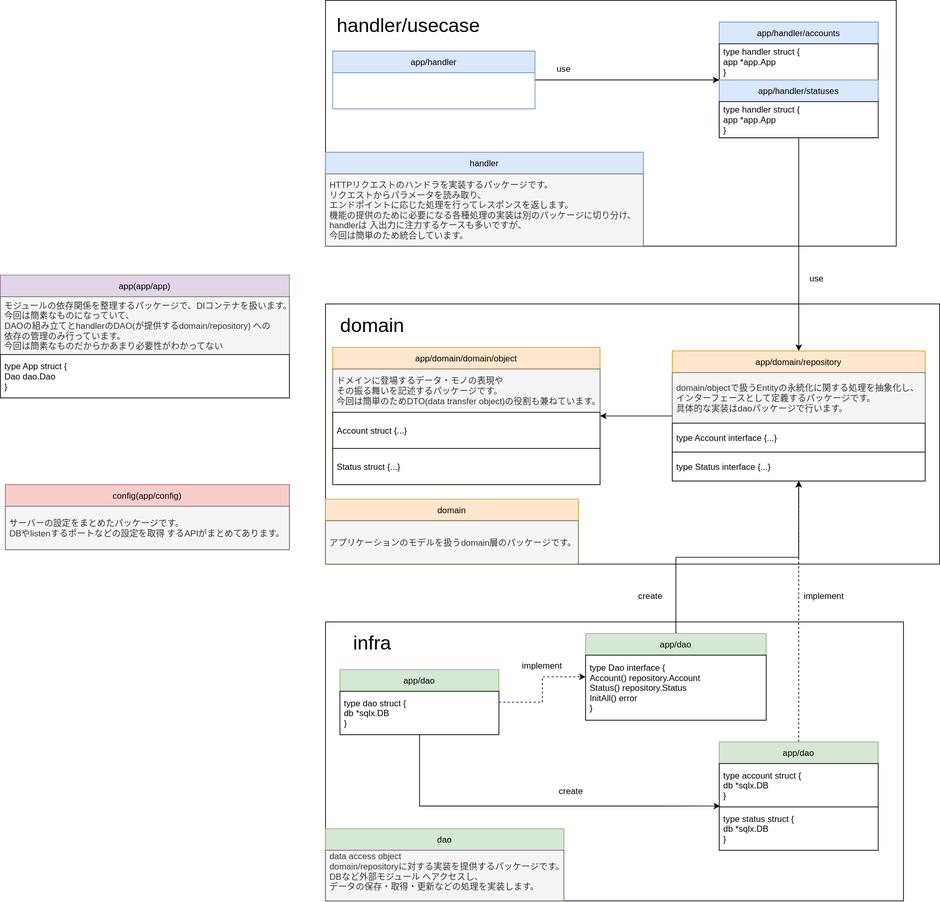
Above: drawing/architecture.drawio.svg in ryojiroakiyama/Go_twitter_backend (draw.io), before the change. Source tidied: cells renumbered, new cells last; positions are measured from the earlier drawing's top-left corner, leaving out a move shared by most shapes.
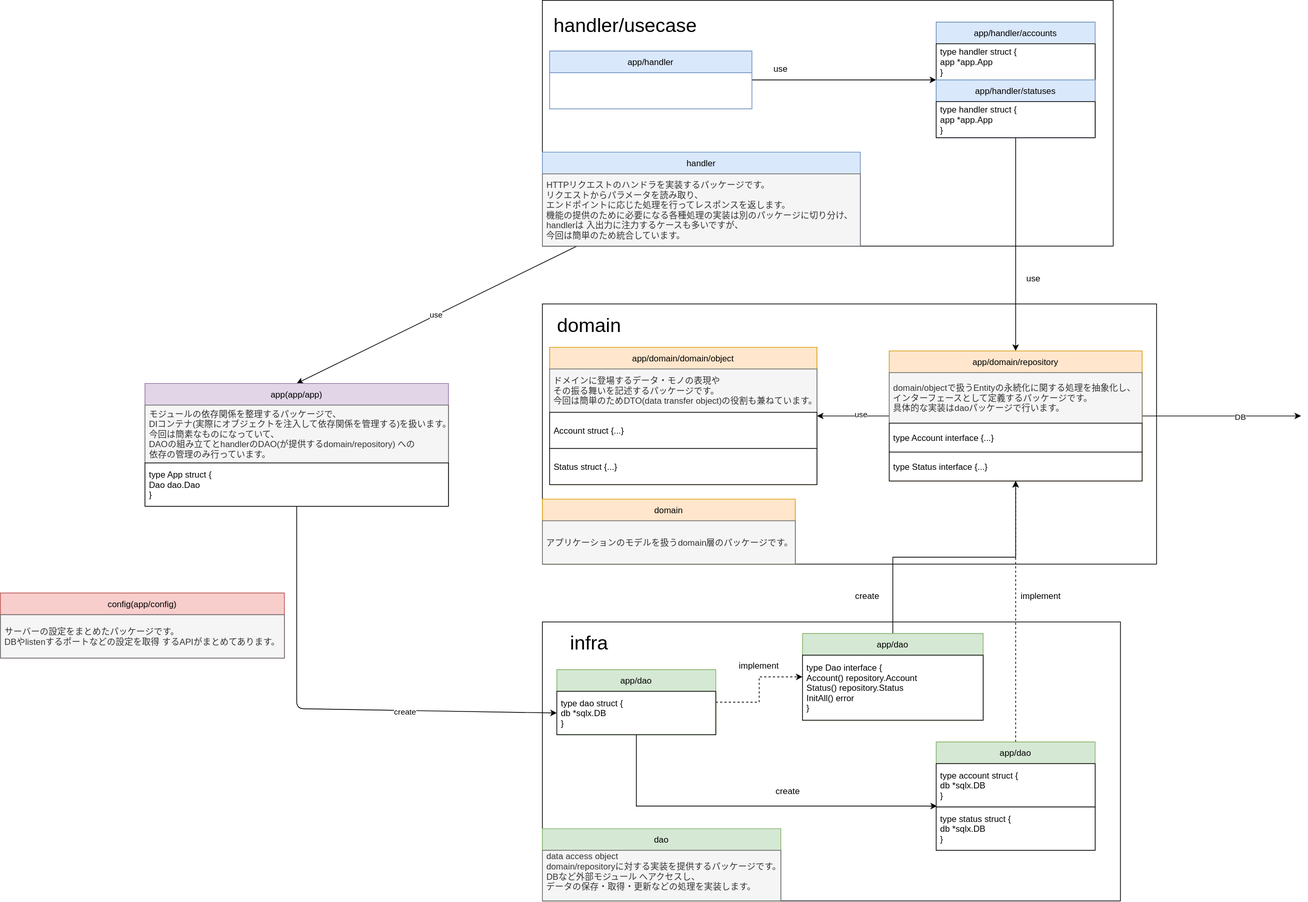
After the change.

Commit message:
リファクタ

Diff of the diagram source:
```diff
@@ -5,6 +5,9 @@
     <mxCell id="2" style="rounded=0;whiteSpace=wrap;html=1;fillColor=none;" parent="1" vertex="1">
       <mxGeometry x="450" y="860" width="800" height="386" as="geometry" />
     </mxCell>
+    <mxCell id="52" value="use" style="edgeStyle=none;html=1;entryX=0.5;entryY=0;entryDx=0;entryDy=0;" parent="1" edge="1" source="3" target="14">
+      <mxGeometry relative="1" as="geometry" />
+    </mxCell>
     <mxCell id="3" style="rounded=0;whiteSpace=wrap;html=1;fillColor=none;" parent="1" vertex="1">
       <mxGeometry x="450" width="790" height="340" as="geometry" />
     </mxCell>
@@ -14,6 +17,17 @@
     <mxCell id="5" style="edgeStyle=orthogonalEdgeStyle;rounded=0;jettySize=auto;html=1;fontSize=27;" parent="1" edge="1" source="6" target="10">
       <mxGeometry relative="1" as="geometry" />
     </mxCell>
+    <mxCell id="53" value="use" style="edgeLabel;html=1;align=center;verticalAlign=middle;" parent="5" vertex="1">
+      <mxGeometry x="-0.19" y="-3" relative="1" as="geometry" />
+    </mxCell>
+    <mxCell id="54" style="edgeStyle=none;html=1;" parent="1" edge="1" source="6">
+      <mxGeometry relative="1" as="geometry">
+        <mxPoint x="1500" y="575" as="targetPoint" />
+      </mxGeometry>
+    </mxCell>
+    <mxCell id="55" value="DB" style="edgeLabel;html=1;align=center;verticalAlign=middle;" parent="54" vertex="1">
+      <mxGeometry x="0.23" y="-1" relative="1" as="geometry" />
+    </mxCell>
     <mxCell id="6" value="app/domain/repository" style="swimlane;fontStyle=0;horizontal=1;startSize=30;fillColor=#ffe6cc;strokeColor=#d79b00;" parent="1" vertex="1">
       <mxGeometry x="930" y="485" width="350" height="180" as="geometry" />
     </mxCell>
@@ -38,17 +52,29 @@
     <mxCell id="13" value="Status struct {...}" style="text;align=left;verticalAlign=middle;spacingLeft=4;spacingRight=4;overflow=hidden;strokeColor=default;fillColor=default;" parent="10" vertex="1">
       <mxGeometry y="140" width="370" height="50" as="geometry" />
     </mxCell>
+    <mxCell id="56" style="edgeStyle=none;html=1;entryX=0;entryY=0.5;entryDx=0;entryDy=0;" parent="1" edge="1" source="14" target="34">
+      <mxGeometry relative="1" as="geometry">
+        <Array as="points">
+          <mxPoint x="110" y="980" />
+        </Array>
+      </mxGeometry>
+    </mxCell>
+    <mxCell id="57" value="create" style="edgeLabel;html=1;align=center;verticalAlign=middle;" parent="56" vertex="1">
+      <mxGeometry x="0.35" y="-2" relative="1" as="geometry">
+        <mxPoint x="-1" as="offset" />
+      </mxGeometry>
+    </mxCell>
     <mxCell id="14" value="app(app/app)" style="swimlane;fontStyle=0;horizontal=1;startSize=30;fillColor=#e1d5e7;strokeColor=#9673a6;" parent="1" vertex="1">
-      <mxGeometry y="380" width="400" height="170" as="geometry" />
+      <mxGeometry x="-100" y="530" width="420" height="170" as="geometry" />
     </mxCell>
-    <mxCell id="15" value="モジュールの依存関係を整理するパッケージで、DIコンテナを扱います。&#10;今回は簡素なものになっていて、&#10;DAOの組み立てとhandlerのDAO(が提供するdomain/repository) への&#10;依存の管理のみ行っています。&#10;今回は簡素なものだからかあまり必要性がわかってない" style="text;align=left;verticalAlign=middle;spacingLeft=4;spacingRight=4;overflow=hidden;fillColor=#f5f5f5;fontColor=#333333;strokeColor=#666666;" parent="14" vertex="1">
-      <mxGeometry y="30" width="400" height="80" as="geometry" />
+    <mxCell id="15" value="モジュールの依存関係を整理するパッケージで、&#10;DIコンテナ(実際にオブジェクトを注入して依存関係を管理する)を扱います。&#10;今回は簡素なものになっていて、&#10;DAOの組み立てとhandlerのDAO(が提供するdomain/repository) への&#10;依存の管理のみ行っています。" style="text;align=left;verticalAlign=middle;spacingLeft=4;spacingRight=4;overflow=hidden;fillColor=#f5f5f5;fontColor=#333333;strokeColor=#666666;fontStyle=0;" parent="14" vertex="1">
+      <mxGeometry y="30" width="420" height="80" as="geometry" />
     </mxCell>
     <mxCell id="16" value="type App struct {&#10;    Dao dao.Dao&#10;}" style="text;align=left;verticalAlign=middle;spacingLeft=4;spacingRight=4;overflow=hidden;fillColor=default;strokeColor=default;" parent="14" vertex="1">
-      <mxGeometry y="110" width="400" height="60" as="geometry" />
+      <mxGeometry y="110" width="420" height="60" as="geometry" />
     </mxCell>
     <mxCell id="17" value="config(app/config)" style="swimlane;fontStyle=0;horizontal=1;startSize=30;fillColor=#f8cecc;strokeColor=#b85450;" parent="1" vertex="1">
-      <mxGeometry x="7" y="670" width="393" height="90" as="geometry" />
+      <mxGeometry x="-300" y="820" width="393" height="90" as="geometry" />
     </mxCell>
     <mxCell id="18" value="サーバーの設定をまとめたパッケージです。&#10;DBやlistenするポートなどの設定を取得 するAPIがまとめてあります。" style="text;align=left;verticalAlign=middle;spacingLeft=4;spacingRight=4;overflow=hidden;fillColor=#f5f5f5;fontColor=#333333;strokeColor=#666666;" parent="17" vertex="1">
       <mxGeometry y="30" width="393" height="60" as="geometry" />
```
